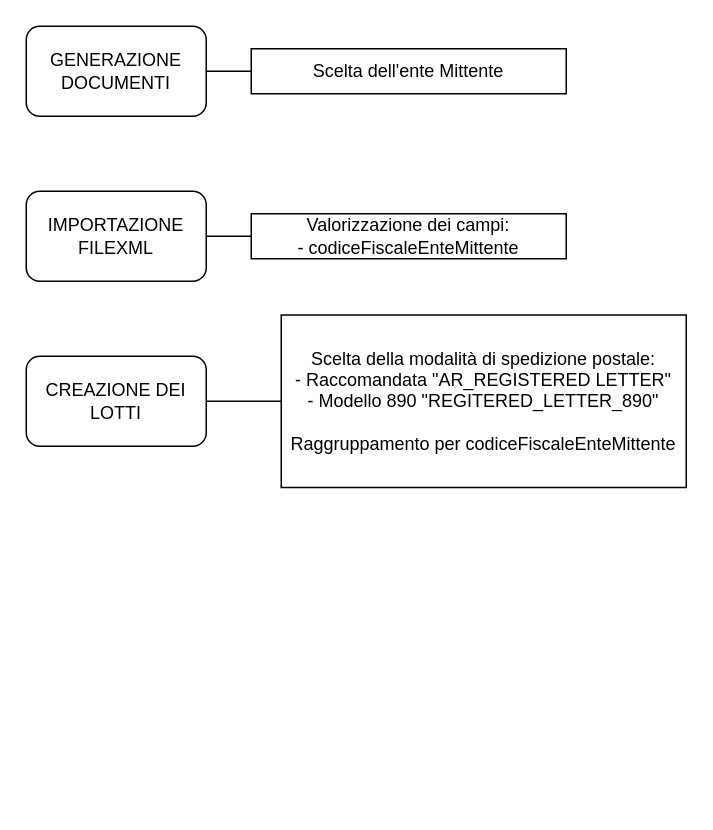
Earlier version of the draw.io diagram Easy Notification.drawio (marcogarbujoabaco/drawio). Source tidied: cells renumbered, new cells numbered last; positions are measured from the earlier drawing's top-left corner, leaving out a move shared by most shapes. Both pictures are drawn from the tidied source at 150%, with x=0, y=0 at pixel (26, 26).
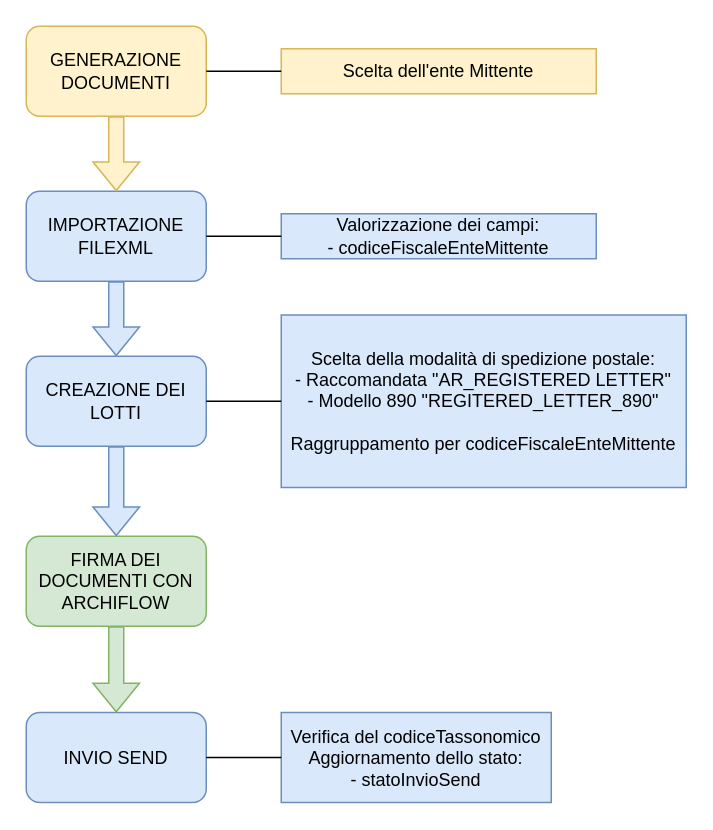
Above is the later version.

The edit, as a diff of the source:
```diff
@@
-    <mxCell id="2" value="GENERAZIONE DOCUMENTI" style="rounded=1;whiteSpace=wrap;html=1;" parent="1" vertex="1">
+    <mxCell id="2" value="GENERAZIONE DOCUMENTI" style="rounded=1;whiteSpace=wrap;html=1;fillColor=#fff2cc;strokeColor=#d6b656;" parent="1" vertex="1">
       <mxGeometry width="120" height="60" as="geometry" />
     </mxCell>
-    <mxCell id="3" value="Scelta dell'ente Mittente" style="text;html=1;align=center;verticalAlign=middle;whiteSpace=wrap;rounded=0;strokeColor=default;" parent="1" vertex="1">
-      <mxGeometry x="150" y="15" width="210" height="30" as="geometry" />
+    <mxCell id="3" value="Scelta dell'ente Mittente" style="text;html=1;align=center;verticalAlign=middle;whiteSpace=wrap;rounded=0;strokeColor=#d6b656;fillColor=#fff2cc;" parent="1" vertex="1">
+      <mxGeometry x="170" y="15" width="210" height="30" as="geometry" />
     </mxCell>
@@
-    <mxCell id="5" value="&lt;div&gt;IMPORTAZIONE FILEXML&lt;/div&gt;" style="rounded=1;whiteSpace=wrap;html=1;" parent="1" vertex="1">
+    <mxCell id="5" value="&lt;div&gt;IMPORTAZIONE FILEXML&lt;/div&gt;" style="rounded=1;whiteSpace=wrap;html=1;fillColor=#dae8fc;strokeColor=#6c8ebf;" parent="1" vertex="1">
       <mxGeometry y="110" width="120" height="60" as="geometry" />
     </mxCell>
-    <mxCell id="6" value="Valorizzazione dei campi:&lt;br&gt;- codiceFiscaleEnteMittente" style="text;html=1;align=center;verticalAlign=middle;whiteSpace=wrap;rounded=0;strokeColor=default;" parent="1" vertex="1">
-      <mxGeometry x="150" y="125" width="210" height="30" as="geometry" />
+    <mxCell id="6" value="Valorizzazione dei campi:&lt;br&gt;- codiceFiscaleEnteMittente" style="text;html=1;align=center;verticalAlign=middle;whiteSpace=wrap;rounded=0;strokeColor=#6c8ebf;fillColor=#dae8fc;" parent="1" vertex="1">
+      <mxGeometry x="170" y="125" width="210" height="30" as="geometry" />
     </mxCell>
@@
-    <mxCell id="8" value="CREAZIONE DEI LOTTI" style="rounded=1;whiteSpace=wrap;html=1;" parent="1" vertex="1">
+    <mxCell id="8" value="CREAZIONE DEI LOTTI" style="rounded=1;whiteSpace=wrap;html=1;fillColor=#dae8fc;strokeColor=#6c8ebf;" parent="1" vertex="1">
       <mxGeometry y="220" width="120" height="60" as="geometry" />
     </mxCell>
-    <mxCell id="9" value="&lt;div&gt;Scelta della modalità di spedizione postale:&lt;/div&gt;&lt;div&gt;- Raccomandata &quot;AR_REGISTERED LETTER&quot;&lt;/div&gt;&lt;div&gt;- Modello 890 &quot;REGITERED_LETTER_890&quot;&lt;/div&gt;&lt;div&gt;&lt;br&gt;&lt;/div&gt;Raggruppamento per codiceFiscaleEnteMittente" style="text;html=1;align=center;verticalAlign=middle;whiteSpace=wrap;rounded=0;strokeColor=default;" parent="1" vertex="1">
+    <mxCell id="9" value="&lt;div&gt;Scelta della modalità di spedizione postale:&lt;/div&gt;&lt;div&gt;- Raccomandata &quot;AR_REGISTERED LETTER&quot;&lt;/div&gt;&lt;div&gt;- Modello 890 &quot;REGITERED_LETTER_890&quot;&lt;/div&gt;&lt;div&gt;&lt;br&gt;&lt;/div&gt;Raggruppamento per codiceFiscaleEnteMittente" style="text;html=1;align=center;verticalAlign=middle;whiteSpace=wrap;rounded=0;strokeColor=#6c8ebf;fillColor=#dae8fc;" parent="1" vertex="1">
       <mxGeometry x="170" y="192.5" width="270" height="115" as="geometry" />
     </mxCell>
@@
+    <mxCell id="11" value="FIRMA DEI DOCUMENTI CON ARCHIFLOW" style="rounded=1;whiteSpace=wrap;html=1;fillColor=#d5e8d4;strokeColor=#82b366;" parent="1" vertex="1">
+      <mxGeometry y="340" width="120" height="60" as="geometry" />
+    </mxCell>
+    <mxCell id="12" value="INVIO SEND" style="rounded=1;whiteSpace=wrap;html=1;fillColor=#dae8fc;strokeColor=#6c8ebf;" parent="1" vertex="1">
+      <mxGeometry y="457.5" width="120" height="60" as="geometry" />
+    </mxCell>
+    <mxCell id="13" value="&lt;div&gt;Verifica del codiceTassonomico&lt;/div&gt;&lt;div&gt;&lt;span style=&quot;background-color: initial;&quot;&gt;Aggiornamento dello stato:&lt;/span&gt;&lt;/div&gt;&lt;div&gt;- statoInvioSend&lt;/div&gt;" style="text;html=1;align=center;verticalAlign=middle;whiteSpace=wrap;rounded=0;strokeColor=#6c8ebf;fillColor=#dae8fc;" parent="1" vertex="1">
+      <mxGeometry x="170" y="457.5" width="180" height="60" as="geometry" />
+    </mxCell>
+    <mxCell id="14" style="endArrow=none;html=1;rounded=0;entryX=0;entryY=0.5;entryDx=0;entryDy=0;exitX=1;exitY=0.5;exitDx=0;exitDy=0;" parent="1" edge="1" target="13">
+      <mxGeometry relative="1" as="geometry">
+        <mxPoint x="120" y="487.5" as="sourcePoint" />
+      </mxGeometry>
+    </mxCell>
+    <mxCell id="15" style="shape=flexArrow;endArrow=classic;html=1;rounded=0;exitX=0.5;exitY=1;exitDx=0;exitDy=0;entryX=0.5;entryY=0;entryDx=0;entryDy=0;fillColor=#fff2cc;strokeColor=#d6b656;" parent="1" edge="1" source="2" target="5">
+      <mxGeometry relative="1" as="geometry" />
+    </mxCell>
+    <mxCell id="16" style="shape=flexArrow;endArrow=classic;html=1;rounded=0;entryX=0.5;entryY=0;entryDx=0;entryDy=0;exitX=0.5;exitY=1;exitDx=0;exitDy=0;fillColor=#dae8fc;strokeColor=#6c8ebf;" parent="1" edge="1" source="5" target="8">
+      <mxGeometry relative="1" as="geometry" />
+    </mxCell>
+    <mxCell id="17" style="shape=flexArrow;endArrow=classic;html=1;rounded=0;entryX=0.5;entryY=0;entryDx=0;entryDy=0;exitX=0.5;exitY=1;exitDx=0;exitDy=0;fillColor=#dae8fc;strokeColor=#6c8ebf;" parent="1" edge="1" source="8" target="11">
+      <mxGeometry relative="1" as="geometry" />
+    </mxCell>
+    <mxCell id="18" style="shape=flexArrow;endArrow=classic;html=1;rounded=0;entryX=0.5;entryY=0;entryDx=0;entryDy=0;exitX=0.5;exitY=1;exitDx=0;exitDy=0;fillColor=#d5e8d4;strokeColor=#82b366;" parent="1" edge="1" source="11" target="12">
+      <mxGeometry relative="1" as="geometry" />
+    </mxCell>
```
